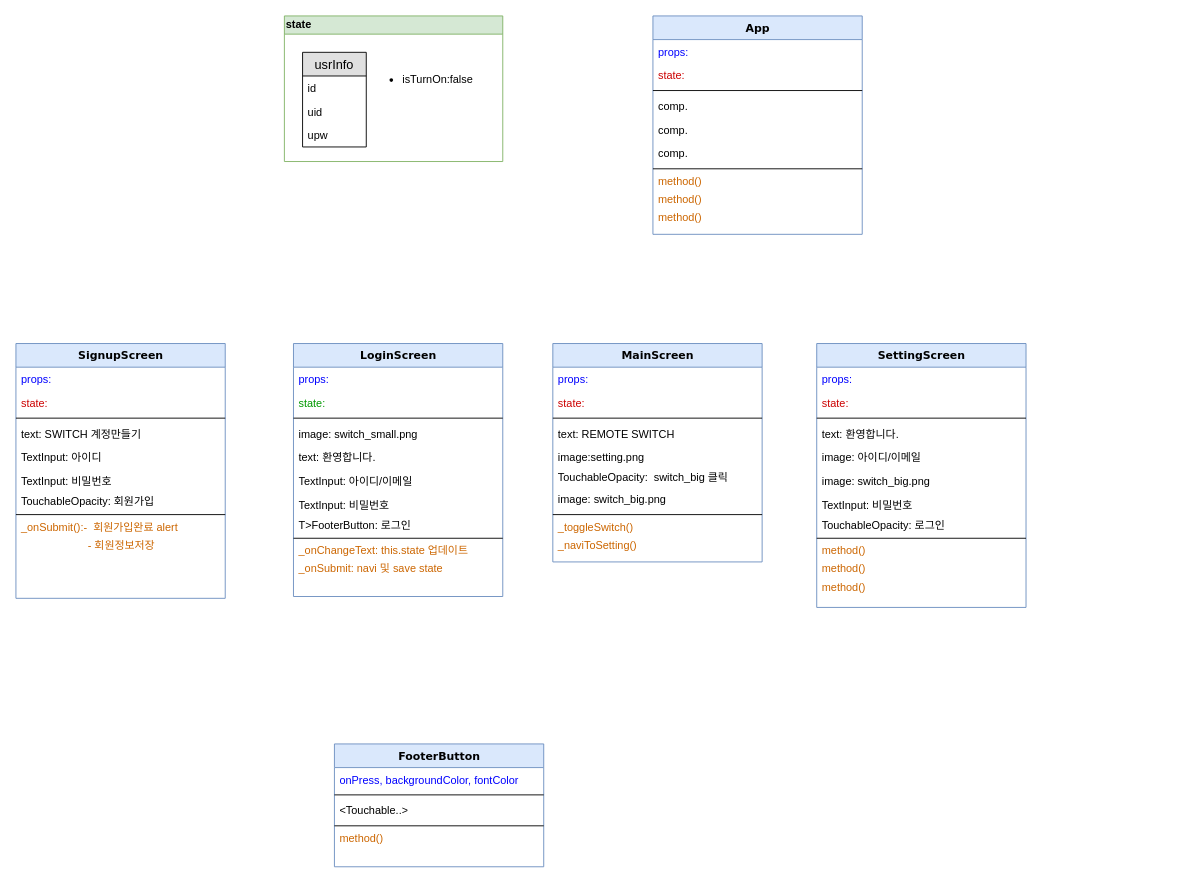
Before: AppFlowChart.drawio in OldBegin/idiaFactory_RemoteSwitch_re, a draw.io diagram. Source tidied: cells renumbered, new cells numbered last; positions are measured from the earlier drawing's top-left corner, leaving out a move shared by most shapes. Both pictures are drawn from the tidied source at 91%, with x=0, y=0 at pixel (15, 15).
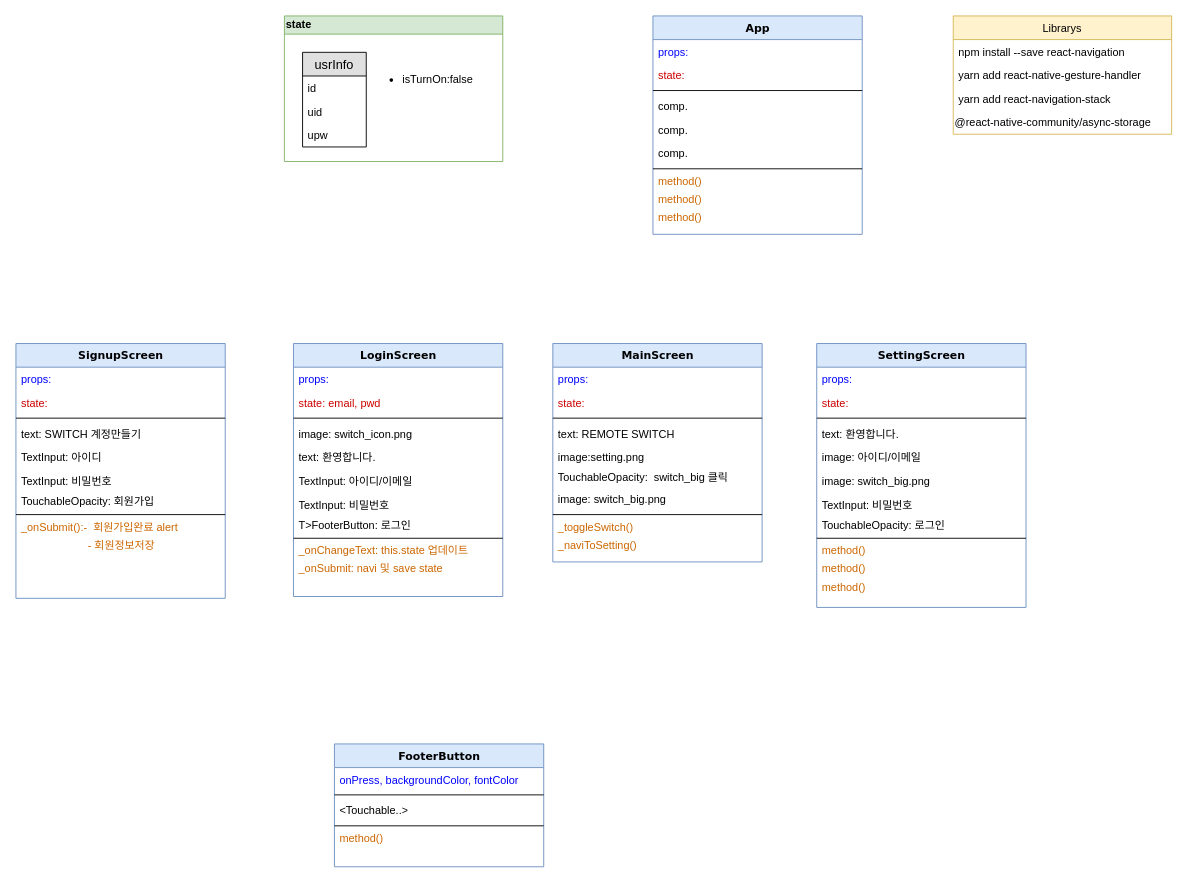
The same diagram, later.

The change refers to these unchanged cells:
```xml
<mxCell id="8" value="LoginScreen" style="swimlane;html=1;fontStyle=1;align=center;verticalAlign=top;horizontal=1;startSize=26;swimlaneFillColor=#ffffff;rounded=0;shadow=0;comic=0;labelBackgroundColor=none;strokeWidth=1;fillColor=#dae8fc;fontFamily=Verdana;fontSize=12;strokeColor=#6c8ebf;" parent="1" vertex="1">
  <mxGeometry x="305" y="360" width="230" height="278" as="geometry" />
</mxCell>
```

The edit, as a diff of the source:
```diff
@@
-    <mxCell id="10" value="state:" style="text;html=1;strokeColor=none;fillColor=none;align=left;verticalAlign=top;spacingLeft=4;spacingRight=4;whiteSpace=wrap;overflow=hidden;fontColor=#009900;" parent="8" vertex="1">
+    <mxCell id="10" value="state: email, pwd" style="text;html=1;strokeColor=none;fillColor=none;align=left;verticalAlign=top;spacingLeft=4;spacingRight=4;whiteSpace=wrap;overflow=hidden;fontColor=#CC0000;" parent="8" vertex="1">
       <mxGeometry y="52" width="230" height="26" as="geometry" />
     </mxCell>
@@
-    <mxCell id="12" value="image: switch_small.png&lt;br&gt;" style="text;html=1;strokeColor=none;fillColor=none;align=left;verticalAlign=top;spacingLeft=4;spacingRight=4;whiteSpace=wrap;overflow=hidden;" parent="8" vertex="1">
+    <mxCell id="12" value="image: switch_icon.png" style="text;html=1;strokeColor=none;fillColor=none;align=left;verticalAlign=top;spacingLeft=4;spacingRight=4;whiteSpace=wrap;overflow=hidden;" parent="8" vertex="1">
       <mxGeometry y="86" width="230" height="26" as="geometry" />
     </mxCell>
@@
+    <mxCell id="72" value="Librarys" style="swimlane;fontStyle=0;horizontal=1;startSize=26;fillColor=#fff2cc;strokeColor=#d6b656;" parent="1" vertex="1">
+      <mxGeometry x="1030" width="240" height="130" as="geometry" />
+    </mxCell>
+    <mxCell id="73" value="npm install --save react-navigation" style="text;strokeColor=none;fillColor=none;align=left;verticalAlign=top;spacingLeft=4;spacingRight=4;overflow=hidden;" parent="72" vertex="1">
+      <mxGeometry y="26" width="240" height="26" as="geometry" />
+    </mxCell>
+    <mxCell id="74" value="yarn add react-native-gesture-handler" style="text;strokeColor=none;fillColor=none;align=left;verticalAlign=top;spacingLeft=4;spacingRight=4;overflow=hidden;" parent="72" vertex="1">
+      <mxGeometry y="52" width="240" height="26" as="geometry" />
+    </mxCell>
+    <mxCell id="75" value="yarn add react-navigation-stack" style="text;strokeColor=none;fillColor=none;align=left;verticalAlign=top;spacingLeft=4;spacingRight=4;overflow=hidden;" parent="72" vertex="1">
+      <mxGeometry y="78" width="240" height="26" as="geometry" />
+    </mxCell>
+    <mxCell id="76" value="@react-native-community/async-storage" style="text;strokeColor=none;fillColor=none;align=left;verticalAlign=top;spacingLeft=0;spacingRight=4;overflow=hidden;" parent="72" vertex="1">
+      <mxGeometry y="104" width="240" height="26" as="geometry" />
+    </mxCell>
```
